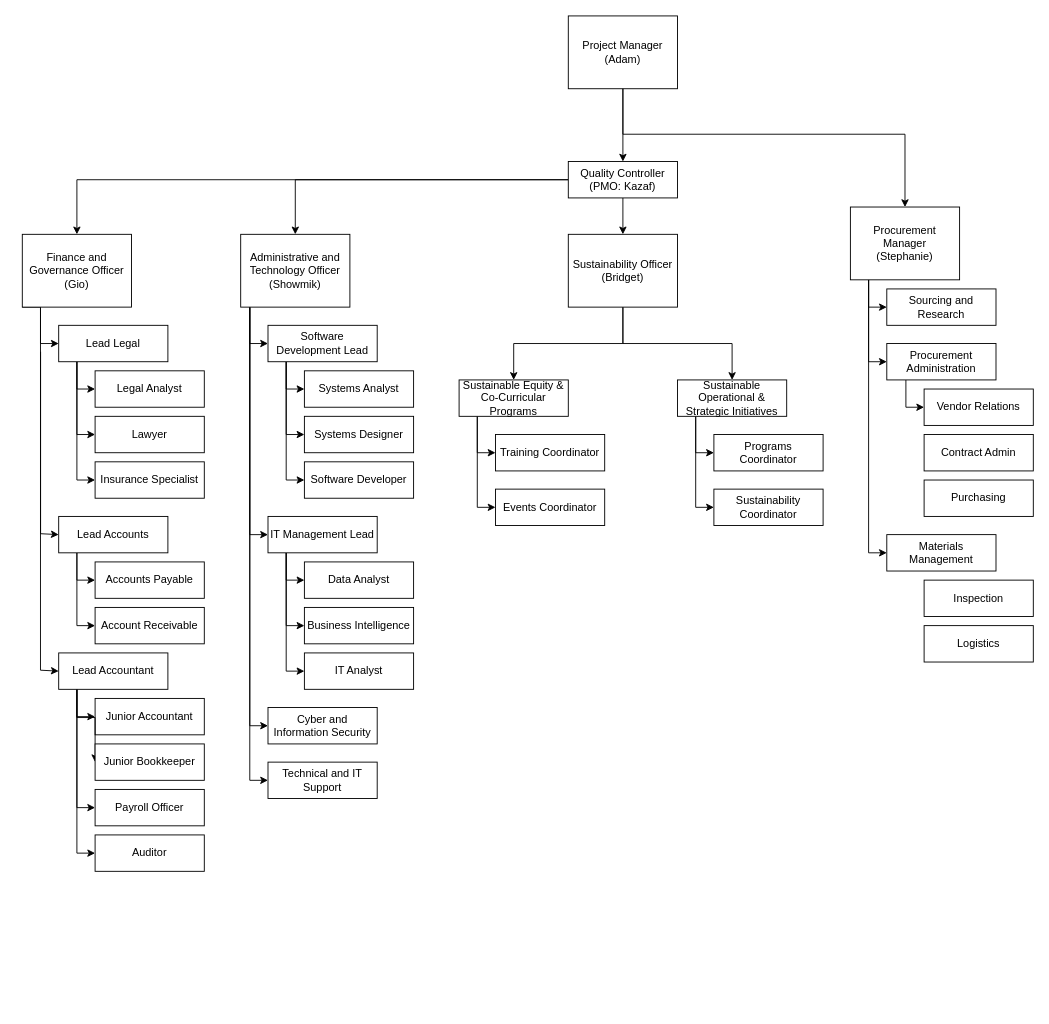
The draw.io diagram page "OBS" (2 of 3) of Untitled Diagram.drawio in adamyie/PORTFOLIO-python_studies_projects, before the edit. Source tidied: cells renumbered, new cells numbered last; positions are measured from the earlier drawing's top-left corner, leaving out a move shared by most shapes. Both pictures are drawn from the tidied source at 91%, with x=0, y=0 at pixel (22, 15).
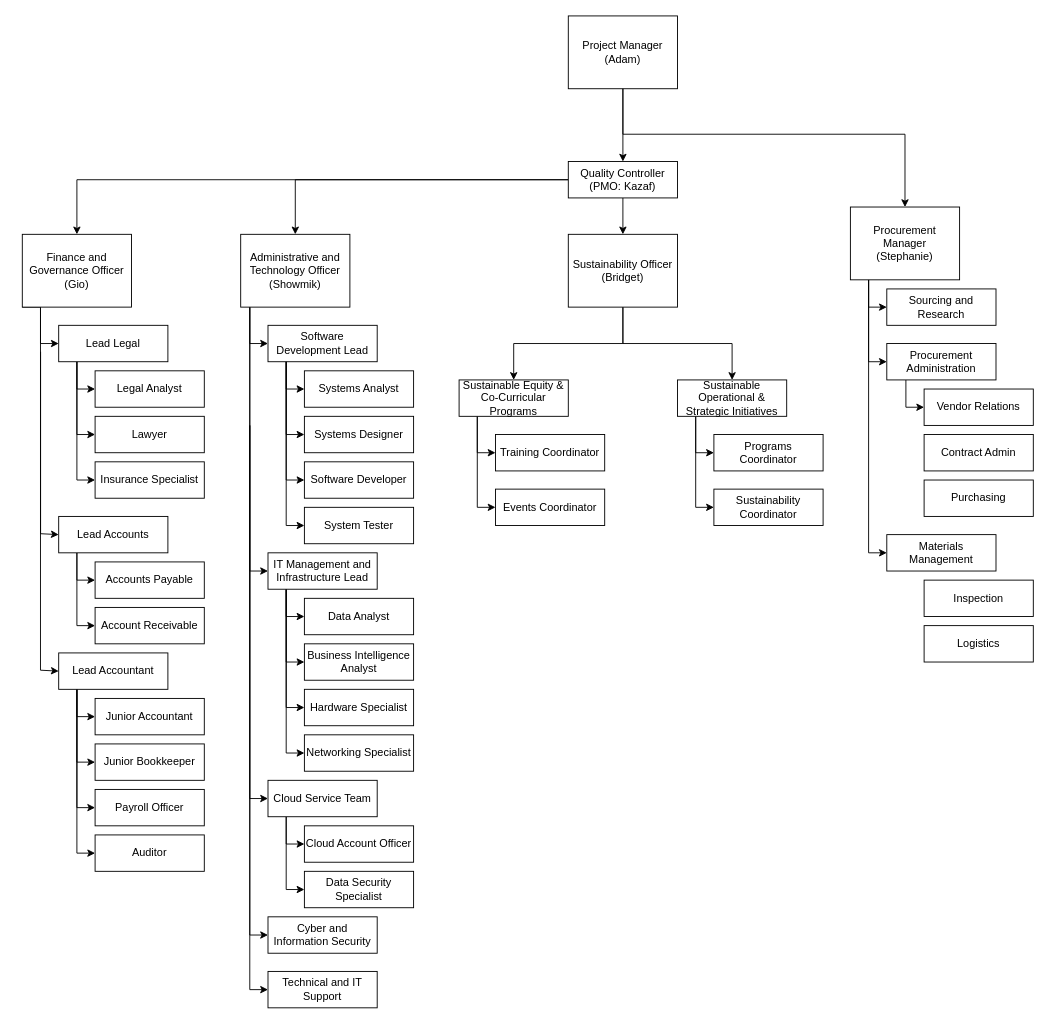
After the change.

The change refers to these unchanged cells:
```xml
<mxCell id="21" value="&lt;div&gt;Administrative and Technology Officer&lt;/div&gt;(Showmik)" style="rounded=0;whiteSpace=wrap;html=1;" parent="1" vertex="1">
  <mxGeometry x="240" y="240" width="120" height="80" as="geometry" />
</mxCell>
<mxCell id="52" value="&lt;div&gt;Lead Accountant&lt;/div&gt;" style="rounded=0;whiteSpace=wrap;html=1;" parent="1" vertex="1">
  <mxGeometry x="40" y="700" width="120" height="40" as="geometry" />
</mxCell>
<mxCell id="53" value="&lt;div&gt;Junior Bookkeeper&lt;/div&gt;" style="rounded=0;whiteSpace=wrap;html=1;" parent="1" vertex="1">
  <mxGeometry x="80" y="800" width="120" height="40" as="geometry" />
</mxCell>
<mxCell id="64" value="Software Development Lead" style="rounded=0;whiteSpace=wrap;html=1;" parent="1" vertex="1">
  <mxGeometry x="270" y="340" width="120" height="40" as="geometry" />
</mxCell>
```

Change to the diagram source:
```diff
@@
-    <mxCell id="18" style="edgeStyle=orthogonalEdgeStyle;rounded=0;jettySize=auto;html=1;entryX=0;entryY=0.5;entryDx=0;entryDy=0;" parent="1" edge="1" source="21" target="71">
+    <mxCell id="18" style="edgeStyle=orthogonalEdgeStyle;rounded=0;jettySize=auto;html=1;entryX=0;entryY=0.5;entryDx=0;entryDy=0;" parent="1" edge="1" target="71">
       <mxGeometry relative="1" as="geometry">
+        <mxPoint x="250" y="450" as="sourcePoint" />
         <Array as="points">
-          <mxPoint x="250" y="570" />
+          <mxPoint x="250" y="610" />
         </Array>
       </mxGeometry>
     </mxCell>
-    <mxCell id="19" style="edgeStyle=orthogonalEdgeStyle;rounded=0;jettySize=auto;html=1;entryX=0;entryY=0.5;entryDx=0;entryDy=0;" parent="1" edge="1" source="21" target="75">
+    <mxCell id="19" style="edgeStyle=orthogonalEdgeStyle;rounded=0;jettySize=auto;html=1;entryX=0;entryY=0.5;entryDx=0;entryDy=0;" parent="1" edge="1" target="75">
       <mxGeometry relative="1" as="geometry">
+        <mxPoint x="250" y="450" as="sourcePoint" />
         <Array as="points">
-          <mxPoint x="250" y="780" />
+          <mxPoint x="250" y="1010" />
         </Array>
       </mxGeometry>
     </mxCell>
     <mxCell id="20" style="edgeStyle=orthogonalEdgeStyle;rounded=0;jettySize=auto;html=1;entryX=0;entryY=0.5;entryDx=0;entryDy=0;" parent="1" edge="1" source="21" target="76">
       <mxGeometry relative="1" as="geometry">
         <Array as="points">
-          <mxPoint x="250" y="840" />
+          <mxPoint x="250" y="1070" />
         </Array>
       </mxGeometry>
     </mxCell>
+    <mxCell id="86" style="edgeStyle=orthogonalEdgeStyle;rounded=0;jettySize=auto;html=1;entryX=0;entryY=0.5;entryDx=0;entryDy=0;" parent="1" edge="1" source="21" target="93">
+      <mxGeometry relative="1" as="geometry">
+        <Array as="points">
+          <mxPoint x="250" y="860" />
+        </Array>
+      </mxGeometry>
+    </mxCell>
@@
     <mxCell id="49" style="edgeStyle=orthogonalEdgeStyle;rounded=0;jettySize=auto;html=1;entryX=0;entryY=0.5;entryDx=0;entryDy=0;" parent="1" edge="1" source="52" target="53">
       <mxGeometry relative="1" as="geometry">
         <Array as="points">
-          <mxPoint x="60" y="771" />
+          <mxPoint x="60" y="820" />
         </Array>
       </mxGeometry>
     </mxCell>
@@
     <mxCell id="68" style="edgeStyle=orthogonalEdgeStyle;rounded=0;jettySize=auto;html=1;entryX=0;entryY=0.5;entryDx=0;entryDy=0;" parent="1" edge="1" source="71" target="72">
       <mxGeometry relative="1" as="geometry">
         <Array as="points">
-          <mxPoint x="290" y="620" />
+          <mxPoint x="290" y="660" />
         </Array>
       </mxGeometry>
     </mxCell>
     <mxCell id="69" style="edgeStyle=orthogonalEdgeStyle;rounded=0;jettySize=auto;html=1;entryX=0;entryY=0.5;entryDx=0;entryDy=0;" parent="1" edge="1" source="71" target="73">
       <mxGeometry relative="1" as="geometry">
         <Array as="points">
-          <mxPoint x="290" y="670" />
+          <mxPoint x="290" y="710" />
         </Array>
       </mxGeometry>
     </mxCell>
     <mxCell id="70" style="edgeStyle=orthogonalEdgeStyle;rounded=0;jettySize=auto;html=1;entryX=0;entryY=0.5;entryDx=0;entryDy=0;" parent="1" edge="1" source="71" target="74">
       <mxGeometry relative="1" as="geometry">
         <Array as="points">
-          <mxPoint x="290" y="720" />
+          <mxPoint x="290" y="760" />
         </Array>
       </mxGeometry>
     </mxCell>
+    <mxCell id="87" style="edgeStyle=orthogonalEdgeStyle;rounded=0;jettySize=auto;html=1;entryX=0;entryY=0.5;entryDx=0;entryDy=0;" parent="1" edge="1" source="71" target="90">
+      <mxGeometry relative="1" as="geometry">
+        <Array as="points">
+          <mxPoint x="290" y="810" />
+        </Array>
+      </mxGeometry>
+    </mxCell>
-    <mxCell id="71" value="IT Management Lead" style="rounded=0;whiteSpace=wrap;html=1;" parent="1" vertex="1">
-      <mxGeometry x="270" y="550" width="120" height="40" as="geometry" />
+    <mxCell id="71" value="IT Management and Infrastructure Lead" style="rounded=0;whiteSpace=wrap;html=1;" parent="1" vertex="1">
+      <mxGeometry x="270" y="590" width="120" height="40" as="geometry" />
     </mxCell>
     <mxCell id="72" value="Data Analyst" style="rounded=0;whiteSpace=wrap;html=1;" parent="1" vertex="1">
-      <mxGeometry x="310" y="600" width="120" height="40" as="geometry" />
+      <mxGeometry x="310" y="640" width="120" height="40" as="geometry" />
     </mxCell>
-    <mxCell id="73" value="Business Intelligence" style="rounded=0;whiteSpace=wrap;html=1;" parent="1" vertex="1">
-      <mxGeometry x="310" y="650" width="120" height="40" as="geometry" />
+    <mxCell id="73" value="Business Intelligence Analyst" style="rounded=0;whiteSpace=wrap;html=1;" parent="1" vertex="1">
+      <mxGeometry x="310" y="690" width="120" height="40" as="geometry" />
     </mxCell>
-    <mxCell id="74" value="IT Analyst" style="rounded=0;whiteSpace=wrap;html=1;" parent="1" vertex="1">
-      <mxGeometry x="310" y="700" width="120" height="40" as="geometry" />
+    <mxCell id="74" value="Hardware Specialist" style="rounded=0;whiteSpace=wrap;html=1;" parent="1" vertex="1">
+      <mxGeometry x="310" y="740" width="120" height="40" as="geometry" />
     </mxCell>
     <mxCell id="75" value="Cyber and Information Security" style="rounded=0;whiteSpace=wrap;html=1;" parent="1" vertex="1">
-      <mxGeometry x="270" y="760" width="120" height="40" as="geometry" />
+      <mxGeometry x="270" y="990" width="120" height="40" as="geometry" />
     </mxCell>
     <mxCell id="76" value="Technical and IT Support" style="rounded=0;whiteSpace=wrap;html=1;" parent="1" vertex="1">
-      <mxGeometry x="270" y="820" width="120" height="40" as="geometry" />
+      <mxGeometry x="270" y="1050" width="120" height="40" as="geometry" />
     </mxCell>
@@
+    <mxCell id="88" value="&lt;div&gt;System Tester&lt;/div&gt;" style="rounded=0;whiteSpace=wrap;html=1;" parent="1" vertex="1">
+      <mxGeometry x="310" y="540" width="120" height="40" as="geometry" />
+    </mxCell>
+    <mxCell id="89" style="edgeStyle=orthogonalEdgeStyle;rounded=0;jettySize=auto;html=1;entryX=0;entryY=0.5;entryDx=0;entryDy=0;" parent="1" edge="1" source="64" target="88">
+      <mxGeometry relative="1" as="geometry">
+        <Array as="points">
+          <mxPoint x="290" y="560" />
+        </Array>
+      </mxGeometry>
+    </mxCell>
+    <mxCell id="90" value="Networking Specialist" style="rounded=0;whiteSpace=wrap;html=1;" parent="1" vertex="1">
+      <mxGeometry x="310" y="790" width="120" height="40" as="geometry" />
+    </mxCell>
+    <mxCell id="91" style="edgeStyle=orthogonalEdgeStyle;rounded=0;jettySize=auto;html=1;entryX=0;entryY=0.5;entryDx=0;entryDy=0;" parent="1" edge="1" source="93" target="94">
+      <mxGeometry relative="1" as="geometry">
+        <Array as="points">
+          <mxPoint x="290" y="910" />
+        </Array>
+      </mxGeometry>
+    </mxCell>
+    <mxCell id="92" style="edgeStyle=orthogonalEdgeStyle;rounded=0;jettySize=auto;html=1;entryX=0;entryY=0.5;entryDx=0;entryDy=0;" parent="1" edge="1" source="93" target="95">
+      <mxGeometry relative="1" as="geometry">
+        <Array as="points">
+          <mxPoint x="290" y="960" />
+        </Array>
+      </mxGeometry>
+    </mxCell>
+    <mxCell id="93" value="Cloud Service Team" style="rounded=0;whiteSpace=wrap;html=1;" parent="1" vertex="1">
+      <mxGeometry x="270" y="840" width="120" height="40" as="geometry" />
+    </mxCell>
+    <mxCell id="94" value="Cloud Account Officer" style="rounded=0;whiteSpace=wrap;html=1;" parent="1" vertex="1">
+      <mxGeometry x="310" y="890" width="120" height="40" as="geometry" />
+    </mxCell>
+    <mxCell id="95" value="Data Security Specialist" style="rounded=0;whiteSpace=wrap;html=1;" parent="1" vertex="1">
+      <mxGeometry x="310" y="940" width="120" height="40" as="geometry" />
+    </mxCell>
```
